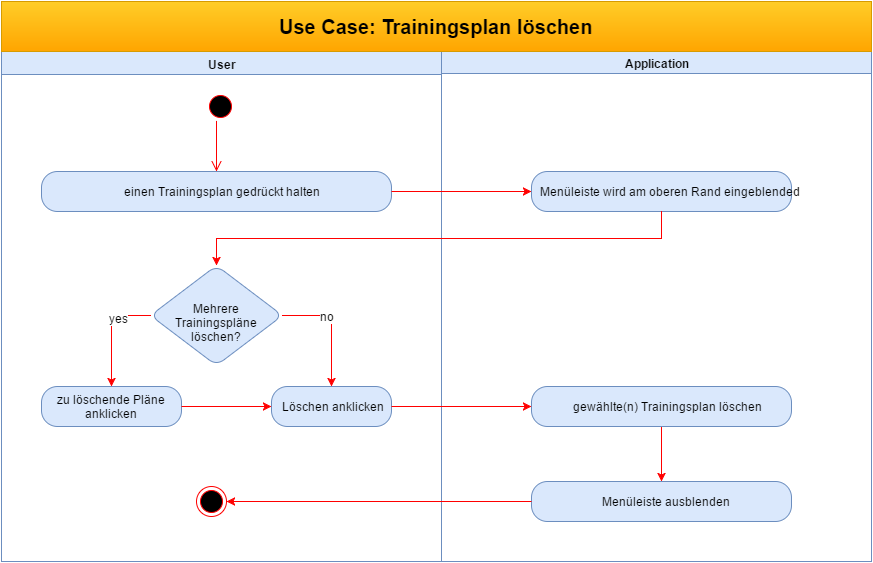
The draw.io diagram UCDs/Use Case- Trainingsplan löschen.png in MH0896/MuM-s-Fit, before a commit. Source tidied: cells renumbered, new cells last; positions are measured from the earlier drawing's top-left corner, leaving out a move shared by most shapes.
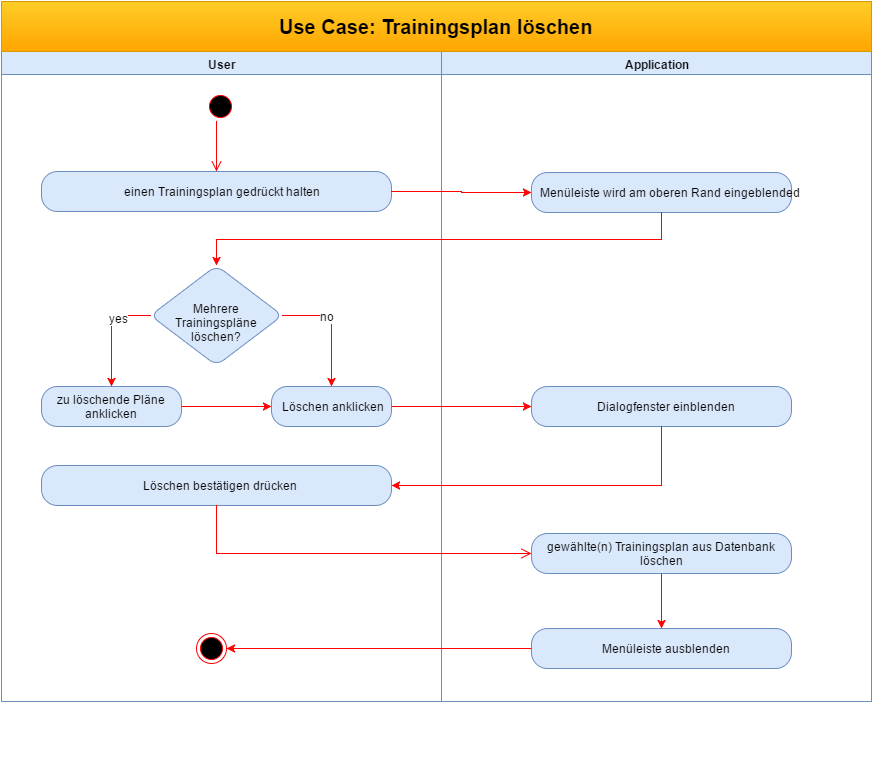
After the commit.

Diff of the diagram source:
```diff
@@ -3,10 +3,10 @@
     <mxCell id="0" style="html=1;" />
     <mxCell id="1" style="html=1;" parent="0" />
     <mxCell id="2" style="group;" parent="1" vertex="1">
-      <mxGeometry width="870" height="560" as="geometry" />
+      <mxGeometry width="870" height="760" as="geometry" />
     </mxCell>
     <mxCell id="3" value="User" style="swimlane;whiteSpace=wrap;html=1;fillColor=#dae8fc;strokeColor=#6c8ebf;" parent="2" vertex="1">
-      <mxGeometry y="50" width="440" height="510" as="geometry" />
+      <mxGeometry y="50" width="440" height="650" as="geometry" />
     </mxCell>
     <mxCell id="4" style="ellipse;shape=startState;fillColor=#000000;strokeColor=#ff0000;html=1;" parent="3" vertex="1">
       <mxGeometry x="204" y="40" width="30" height="30" as="geometry" />
@@ -17,6 +17,12 @@
     <mxCell id="6" value="einen Trainingsplan gedrückt halten" style="rounded=1;whiteSpace=wrap;html=1;arcSize=40;fillColor=#dae8fc;strokeColor=#6c8ebf;" parent="3" vertex="1">
       <mxGeometry x="40" y="120" width="350" height="40" as="geometry" />
     </mxCell>
+    <mxCell id="9" value="Mehrere Trainingspläne löschen?" style="rhombus;whiteSpace=wrap;html=1;fillColor=#dae8fc;strokeColor=#6c8ebf;rounded=1;" parent="3" vertex="1">
+      <mxGeometry x="149" y="214" width="132" height="100" as="geometry" />
+    </mxCell>
+    <mxCell id="10" value="Löschen anklicken" style="rounded=1;whiteSpace=wrap;html=1;arcSize=40;fillColor=#dae8fc;strokeColor=#6c8ebf;" parent="3" vertex="1">
+      <mxGeometry x="270" y="335" width="120" height="40" as="geometry" />
+    </mxCell>
     <mxCell id="7" style="edgeStyle=orthogonalEdgeStyle;rounded=0;html=1;exitX=1;exitY=0.5;entryX=0.5;entryY=0;jettySize=auto;strokeColor=#FF0000;" parent="3" edge="1" source="9" target="10">
       <mxGeometry relative="1" as="geometry">
         <Array as="points">
@@ -27,14 +33,8 @@
     <mxCell id="8" value="no" style="text;html=1;align=center;verticalAlign=middle;labelBackgroundColor=#ffffff;" parent="7" vertex="1">
       <mxGeometry x="-0.26" relative="1" as="geometry" />
     </mxCell>
-    <mxCell id="9" value="Mehrere Trainingspläne löschen?" style="rhombus;whiteSpace=wrap;html=1;fillColor=#dae8fc;strokeColor=#6c8ebf;rounded=1;" parent="3" vertex="1">
-      <mxGeometry x="149" y="214" width="132" height="100" as="geometry" />
-    </mxCell>
-    <mxCell id="10" value="Löschen anklicken" style="rounded=1;whiteSpace=wrap;html=1;arcSize=40;fillColor=#dae8fc;strokeColor=#6c8ebf;" parent="3" vertex="1">
-      <mxGeometry x="270" y="335" width="120" height="40" as="geometry" />
-    </mxCell>
     <mxCell id="11" style="ellipse;html=1;shape=endState;fillColor=#000000;strokeColor=#ff0000;rounded=1;" parent="3" vertex="1">
-      <mxGeometry x="195" y="435" width="30" height="30" as="geometry" />
+      <mxGeometry x="195" y="582" width="30" height="30" as="geometry" />
     </mxCell>
     <mxCell id="12" value="zu löschende Pläne anklicken" style="rounded=1;whiteSpace=wrap;html=1;arcSize=40;fillColor=#dae8fc;strokeColor=#6c8ebf;" parent="3" vertex="1">
       <mxGeometry x="40" y="335" width="140" height="40" as="geometry" />
@@ -48,35 +48,55 @@
     <mxCell id="15" style="edgeStyle=orthogonalEdgeStyle;rounded=0;html=1;exitX=1;exitY=0.5;entryX=0;entryY=0.5;jettySize=auto;strokeColor=#FF0000;" parent="3" edge="1" source="12" target="10">
       <mxGeometry relative="1" as="geometry" />
     </mxCell>
+    <mxCell id="26" value="Löschen bestätigen drücken" style="rounded=1;whiteSpace=wrap;html=1;arcSize=40;fillColor=#dae8fc;strokeColor=#6c8ebf;labelBackgroundColor=none;fontColor=none;align=center;" parent="3" vertex="1">
+      <mxGeometry x="40" y="414" width="350" height="40" as="geometry" />
+    </mxCell>
     <mxCell id="16" value="Application" style="swimlane;whiteSpace=wrap;html=1;fillColor=#dae8fc;strokeColor=#6c8ebf;" parent="2" vertex="1">
-      <mxGeometry x="440" y="49" width="430" height="511" as="geometry" />
+      <mxGeometry x="440" y="50" width="430" height="650" as="geometry" />
     </mxCell>
     <mxCell id="17" value="Menüleiste wird am oberen Rand eingeblended" style="rounded=1;whiteSpace=wrap;html=1;arcSize=40;fillColor=#dae8fc;strokeColor=#6c8ebf;" parent="16" vertex="1">
       <mxGeometry x="90" y="121" width="260" height="40" as="geometry" />
     </mxCell>
-    <mxCell id="18" style="edgeStyle=orthogonalEdgeStyle;rounded=0;html=1;exitX=0.5;exitY=1;entryX=0.5;entryY=0;jettySize=auto;strokeColor=#FF0000;" parent="16" edge="1" source="19" target="20">
-      <mxGeometry relative="1" as="geometry" />
-    </mxCell>
-    <mxCell id="19" value="gewählte(n) Trainingsplan löschen" style="rounded=1;whiteSpace=wrap;html=1;arcSize=40;fillColor=#dae8fc;strokeColor=#6c8ebf;" parent="16" vertex="1">
-      <mxGeometry x="90" y="336" width="260" height="40" as="geometry" />
+    <mxCell id="19" value="gewählte(n) Trainingsplan aus Datenbank löschen" style="rounded=1;whiteSpace=wrap;html=1;arcSize=40;fillColor=#dae8fc;strokeColor=#6c8ebf;" parent="16" vertex="1">
+      <mxGeometry x="90" y="482" width="260" height="40" as="geometry" />
     </mxCell>
     <mxCell id="20" value="Menüleiste ausblenden" style="rounded=1;whiteSpace=wrap;html=1;arcSize=40;fillColor=#dae8fc;strokeColor=#6c8ebf;" parent="16" vertex="1">
-      <mxGeometry x="90" y="431" width="260" height="40" as="geometry" />
+      <mxGeometry x="90" y="577" width="260" height="40" as="geometry" />
     </mxCell>
+    <mxCell id="18" style="edgeStyle=orthogonalEdgeStyle;rounded=0;html=1;exitX=0.5;exitY=1;entryX=0.5;entryY=0;jettySize=auto;strokeColor=#FF0000;" parent="16" edge="1" source="19" target="20">
+      <mxGeometry relative="1" as="geometry" />
+    </mxCell>
+    <mxCell id="27" value="Dialogfenster einblenden" style="rounded=1;whiteSpace=wrap;html=1;arcSize=40;fillColor=#dae8fc;strokeColor=#6c8ebf;labelBackgroundColor=none;fontColor=none;align=center;" parent="16" vertex="1">
+      <mxGeometry x="90" y="335" width="260" height="40" as="geometry" />
+    </mxCell>
     <mxCell id="21" value="&lt;b&gt;&lt;font style=&quot;font-size: 20px&quot;&gt;Use Case: Trainingsplan löschen&lt;/font&gt;&lt;/b&gt;" style="html=1;fillColor=#ffcd28;strokeColor=#d79b00;gradientColor=#ffa500;" parent="2" vertex="1">
       <mxGeometry width="870" height="50" as="geometry" />
     </mxCell>
     <mxCell id="22" style="edgeStyle=orthogonalEdgeStyle;rounded=0;html=1;exitX=0.5;exitY=1;entryX=0.5;entryY=0;jettySize=auto;strokeColor=#FF0000;" parent="2" edge="1" source="17" target="9">
       <mxGeometry relative="1" as="geometry" />
     </mxCell>
-    <mxCell id="23" style="edgeStyle=orthogonalEdgeStyle;rounded=0;html=1;exitX=1;exitY=0.5;entryX=0;entryY=0.5;jettySize=auto;strokeColor=#FF0000;" parent="2" edge="1" source="10" target="19">
-      <mxGeometry relative="1" as="geometry" />
-    </mxCell>
     <mxCell id="24" style="edgeStyle=orthogonalEdgeStyle;rounded=0;html=1;exitX=0;exitY=0.5;entryX=1;entryY=0.5;jettySize=auto;strokeColor=#FF0000;" parent="2" edge="1" source="20" target="11">
       <mxGeometry relative="1" as="geometry" />
     </mxCell>
     <mxCell id="25" style="edgeStyle=orthogonalEdgeStyle;rounded=0;html=1;exitX=1;exitY=0.5;jettySize=auto;strokeColor=#FF0000;" parent="2" edge="1" source="6" target="17">
       <mxGeometry relative="1" as="geometry" />
     </mxCell>
+    <mxCell id="28" style="edgeStyle=none;rounded=0;html=1;exitX=1;exitY=0.5;jettySize=auto;strokeColor=#FF0000;fontColor=none;" parent="2" edge="1" source="10" target="27">
+      <mxGeometry relative="1" as="geometry" />
+    </mxCell>
+    <mxCell id="29" style="edgeStyle=none;rounded=0;html=1;exitX=0.5;exitY=1;entryX=1;entryY=0.5;jettySize=auto;strokeColor=#FF0000;fontColor=none;" parent="2" edge="1" source="27" target="26">
+      <mxGeometry relative="1" as="geometry">
+        <Array as="points">
+          <mxPoint x="660" y="484" />
+        </Array>
+      </mxGeometry>
+    </mxCell>
+    <mxCell id="30" style="edgeStyle=orthogonalEdgeStyle;html=1;verticalAlign=bottom;endArrow=open;endSize=8;strokeColor=#ff0000;fontColor=none;entryX=0;entryY=0.5;exitX=0.5;exitY=1;rounded=0;" parent="2" edge="1" source="26" target="19">
+      <mxGeometry relative="1" as="geometry">
+        <Array as="points">
+          <mxPoint x="215" y="552" />
+        </Array>
+      </mxGeometry>
+    </mxCell>
   </root>
 </mxGraphModel>
```
